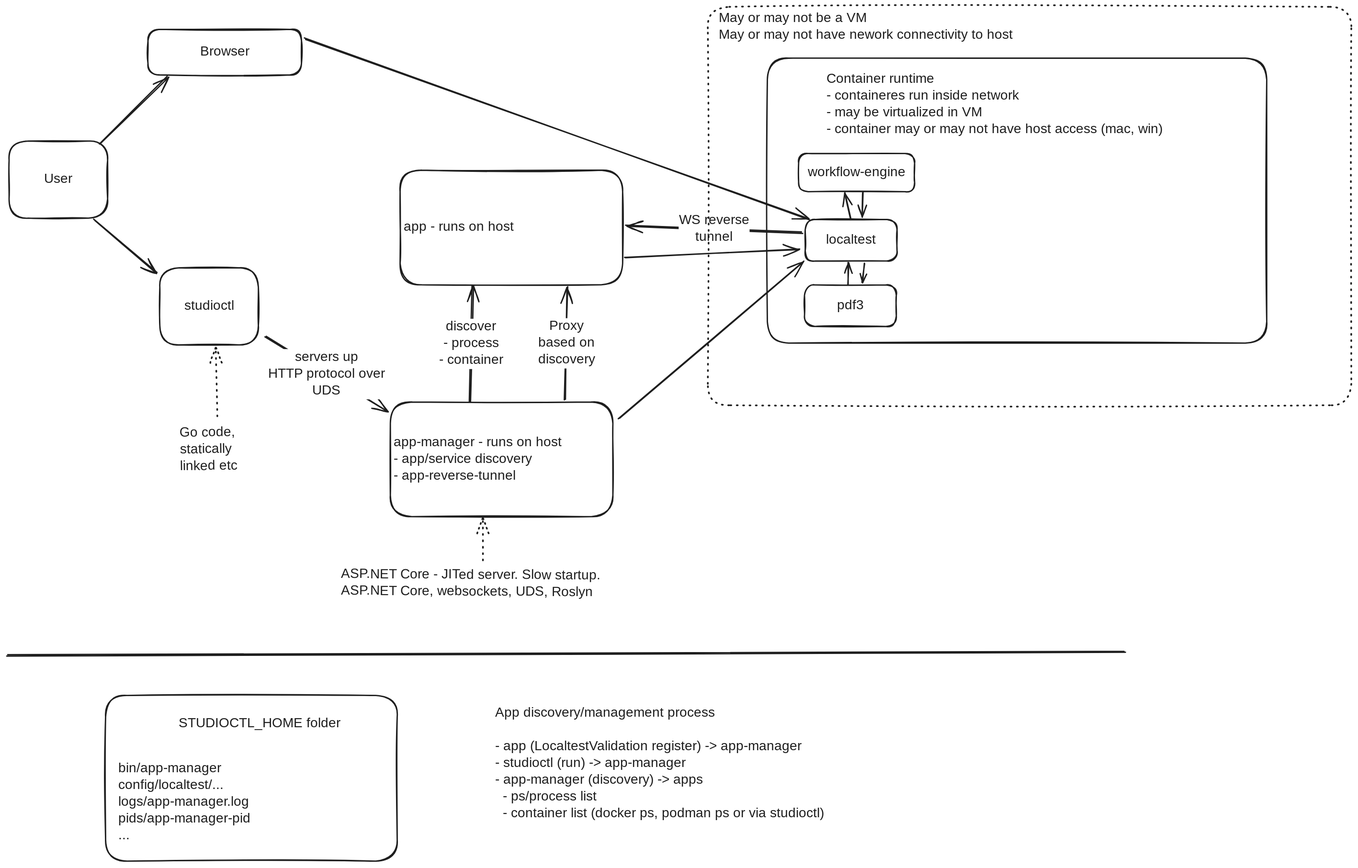
Earlier version of the Excalidraw export docs/diagrams/studioctl.excalidraw.svg (Altinn/altinn-studio). Source tidied: one line per element, renumbered; positions are measured from the earlier drawing's top-left corner, leaving out a move shared by most shapes.
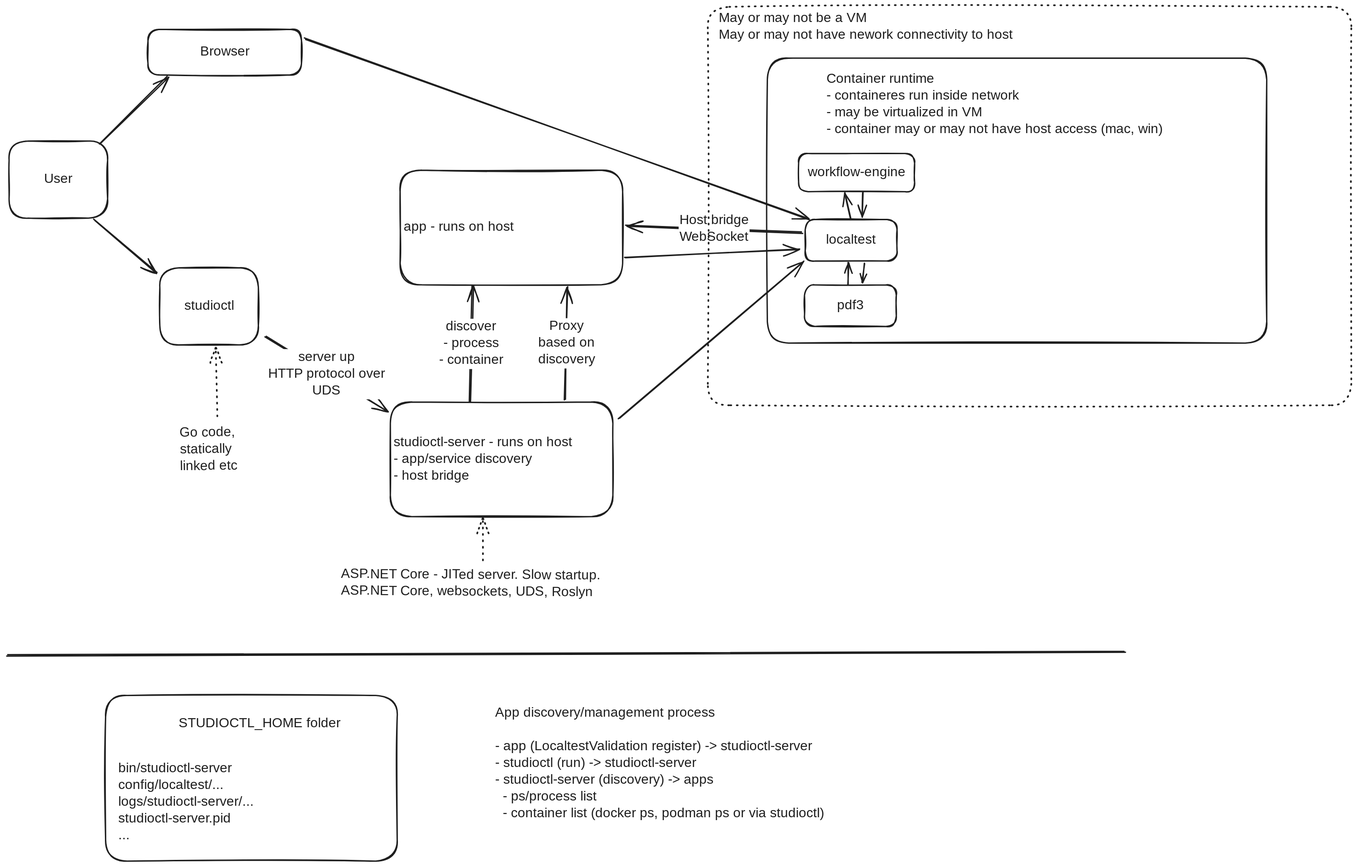
After the change.

The edit, as a diff of the source:
```diff
@@ -4,13 +4,13 @@
 {"id": 3, "type": "text", "text": "studioctl", "strokeColor": "#1e1e1e", "strokeWidth": 2, "roughness": 1, "fontSize": 20, "fontFamily": 5, "textAlign": "center", "verticalAlign": "middle", "inside": 2, "x": 257, "y": 434, "width": 87, "height": 25}
 {"id": 4, "type": "rectangle", "strokeColor": "#1e1e1e", "strokeWidth": 2, "roughness": 1, "round": true, "x": 146, "y": 1027, "width": 435, "height": 247}
 {"id": 5, "type": "text", "text": "STUDIOCTL_HOME folder", "strokeColor": "#1e1e1e", "strokeWidth": 2, "roughness": 1, "fontSize": 20, "fontFamily": 5, "x": 255, "y": 1058, "width": 262, "height": 25}
-{"id": 6, "type": "text", "text": "bin/app-manager\nconfig/localtest/...\nlogs/app-manager.log\npids/app-manager-pid\n...", "strokeColor": "#1e1e1e", "strokeWidth": 2, "roughness": 1, "fontSize": 20, "fontFamily": 5, "x": 165, "y": 1125, "width": 203, "height": 125}
+{"id": 6, "type": "text", "text": "bin/studioctl-server\nconfig/localtest/...\nlogs/studioctl-server/...\nstudioctl-server.pid\n...", "strokeColor": "#1e1e1e", "strokeWidth": 2, "roughness": 1, "fontSize": 20, "fontFamily": 5, "x": 165, "y": 1125, "width": 203, "height": 125}
 {"id": 7, "type": "text", "text": "Go code,\nstatically\nlinked etc", "strokeColor": "#1e1e1e", "angle": 6.27, "strokeWidth": 2, "roughness": 1, "fontSize": 20, "fontFamily": 5, "x": 257, "y": 623, "width": 115, "height": 75}
 {"id": 8, "type": "arrow", "strokeColor": "#1e1e1e", "strokeWidth": 2, "strokeStyle": "dotted", "roughness": 1, "endArrowhead": "arrow", "round": true, "from": 7, "to": 2, "x": 312, "y": 612, "width": 1, "height": 105, "points": [[0, 0], [-1, -105]]}
 {"id": 9, "type": "rectangle", "strokeColor": "#1e1e1e", "strokeWidth": 2, "roughness": 1, "round": true, "x": 571, "y": 590, "width": 332, "height": 171}
-{"id": 10, "type": "text", "text": "app-manager - runs on host\n- app/service discovery\n- app-reverse-tunnel", "strokeColor": "#1e1e1e", "strokeWidth": 2, "roughness": 1, "fontSize": 20, "fontFamily": 5, "verticalAlign": "middle", "inside": 9, "x": 576, "y": 638, "width": 267, "height": 75}
+{"id": 10, "type": "text", "text": "studioctl-server - runs on host\n- app/service discovery\n- host bridge", "strokeColor": "#1e1e1e", "strokeWidth": 2, "roughness": 1, "fontSize": 20, "fontFamily": 5, "verticalAlign": "middle", "inside": 9, "x": 576, "y": 638, "width": 267, "height": 75}
 {"id": 11, "type": "arrow", "strokeColor": "#1e1e1e", "strokeWidth": 2, "roughness": 1, "endArrowhead": "arrow", "round": true, "from": 2, "to": 9, "x": 384, "y": 492, "width": 182, "height": 112, "points": [[0, 0], [182, 112]]}
-{"id": 12, "type": "text", "text": "servers up\nHTTP protocol over\nUDS", "strokeColor": "#1e1e1e", "strokeWidth": 2, "roughness": 1, "fontSize": 20, "fontFamily": 5, "textAlign": "center", "verticalAlign": "middle", "inside": 11, "x": 407, "y": 475, "width": 198, "height": 75}
+{"id": 12, "type": "text", "text": "server up\nHTTP protocol over\nUDS", "strokeColor": "#1e1e1e", "strokeWidth": 2, "roughness": 1, "fontSize": 20, "fontFamily": 5, "textAlign": "center", "verticalAlign": "middle", "inside": 11, "x": 407, "y": 475, "width": 198, "height": 75}
 {"id": 13, "type": "text", "text": "ASP.NET Core - JITed server. Slow startup.\nASP.NET Core, websockets, UDS, Roslyn", "strokeColor": "#1e1e1e", "angle": 0.01, "strokeWidth": 2, "roughness": 1, "fontSize": 20, "fontFamily": 5, "x": 497, "y": 836, "width": 478, "height": 50}
 {"id": 14, "type": "arrow", "strokeColor": "#1e1e1e", "strokeWidth": 2, "strokeStyle": "dotted", "roughness": 1, "endArrowhead": "arrow", "round": true, "from": 13, "to": 9, "x": 709, "y": 826, "width": 0, "height": 64, "points": [[0, 0], [0, -64]]}
 {"id": 15, "type": "rectangle", "strokeColor": "#1e1e1e", "strokeWidth": 2, "roughness": 1, "round": true, "x": 1133, "y": 77, "width": 745, "height": 425}
@@ -23,7 +23,7 @@
 {"id": 22, "type": "text", "text": "pdf3", "strokeColor": "#1e1e1e", "strokeWidth": 2, "roughness": 1, "fontSize": 20, "fontFamily": 5, "textAlign": "center", "verticalAlign": "middle", "inside": 21, "x": 1235, "y": 433, "width": 45, "height": 25}
 {"id": 23, "type": "arrow", "strokeColor": "#1e1e1e", "strokeWidth": 2, "roughness": 1, "endArrowhead": "arrow", "round": true, "from": 21, "to": 19, "x": 1253, "y": 414, "width": 0, "height": 33, "points": [[0, 0], [0, -33]]}
 {"id": 24, "type": "arrow", "strokeColor": "#1e1e1e", "strokeWidth": 2, "roughness": 1, "endArrowhead": "arrow", "round": true, "from": 19, "to": 17, "x": 1185, "y": 337, "width": 262, "height": 11, "points": [[0, 0], [-262, -11]]}
-{"id": 25, "type": "text", "text": "WS reverse\ntunnel", "strokeColor": "#1e1e1e", "strokeWidth": 2, "roughness": 1, "fontSize": 20, "fontFamily": 5, "textAlign": "center", "verticalAlign": "middle", "inside": 24, "x": 1013, "y": 290, "width": 106, "height": 50}
+{"id": 25, "type": "text", "text": "Host bridge\nWebSocket", "strokeColor": "#1e1e1e", "strokeWidth": 2, "roughness": 1, "fontSize": 20, "fontFamily": 5, "textAlign": "center", "verticalAlign": "middle", "inside": 24, "x": 1013, "y": 290, "width": 106, "height": 50}
 {"id": 26, "type": "rectangle", "strokeColor": "#1e1e1e", "strokeWidth": 2, "roughness": 1, "round": true, "x": 209, "y": 34, "width": 229, "height": 68}
 {"id": 27, "type": "text", "text": "Browser", "strokeColor": "#1e1e1e", "strokeWidth": 2, "roughness": 1, "fontSize": 20, "fontFamily": 5, "textAlign": "center", "verticalAlign": "middle", "inside": 26, "x": 284, "y": 55, "width": 79, "height": 25}
 {"id": 28, "type": "arrow", "strokeColor": "#1e1e1e", "strokeWidth": 2, "roughness": 1, "endArrowhead": "arrow", "round": true, "from": 26, "to": 19, "x": 443, "y": 47, "width": 753, "height": 270, "points": [[0, 0], [753, 270]]}
@@ -32,7 +32,7 @@
 {"id": 31, "type": "arrow", "strokeColor": "#1e1e1e", "strokeWidth": 2, "roughness": 1, "endArrowhead": "arrow", "round": true, "from": 9, "to": 19, "x": 911, "y": 614, "width": 277, "height": 235, "points": [[0, 0], [277, -235]]}
 {"id": 32, "type": "arrow", "strokeColor": "#1e1e1e", "strokeWidth": 2, "roughness": 1, "endArrowhead": "arrow", "round": true, "from": 9, "to": 17, "x": 831, "y": 586, "width": 5, "height": 168, "points": [[0, 0], [5, -168]]}
 {"id": 33, "type": "text", "text": "Proxy\nbased on\ndiscovery", "strokeColor": "#1e1e1e", "strokeWidth": 2, "roughness": 1, "fontSize": 20, "fontFamily": 5, "textAlign": "center", "verticalAlign": "middle", "inside": 32, "x": 825, "y": 421, "width": 90, "height": 75}
-{"id": 34, "type": "text", "text": "App discovery/management process\n\n- app (LocaltestValidation register) -> app-manager\n- studioctl (run) -> app-manager\n- app-manager (discovery) -> apps\n  - ps/process list\n  - container list (docker ps, podman ps or via studioctl)", "strokeColor": "#1e1e1e", "strokeWidth": 2, "roughness": 1, "fontSize": 20, "fontFamily": 5, "x": 727, "y": 1042, "width": 551, "height": 175}
+{"id": 34, "type": "text", "text": "App discovery/management process\n\n- app (LocaltestValidation register) -> studioctl-server\n- studioctl (run) -> studioctl-server\n- studioctl-server (discovery) -> apps\n  - ps/process list\n  - container list (docker ps, podman ps or via studioctl)", "strokeColor": "#1e1e1e", "strokeWidth": 2, "roughness": 1, "fontSize": 20, "fontFamily": 5, "x": 727, "y": 1042, "width": 551, "height": 175}
 {"id": 35, "type": "rectangle", "strokeColor": "#1e1e1e", "strokeWidth": 2, "roughness": 1, "round": true, "x": 1180, "y": 219, "width": 173, "height": 57}
 {"id": 36, "type": "text", "text": "workflow-engine", "strokeColor": "#1e1e1e", "strokeWidth": 2, "roughness": 1, "fontSize": 20, "fontFamily": 5, "textAlign": "center", "verticalAlign": "middle", "inside": 35, "x": 1191, "y": 235, "width": 152, "height": 25}
 {"id": 37, "type": "arrow", "strokeColor": "#1e1e1e", "strokeWidth": 2, "roughness": 1, "endArrowhead": "arrow", "round": true, "from": 17, "to": 19, "x": 922, "y": 374, "width": 259, "height": 11, "points": [[0, 0], [259, -11]]}
```
